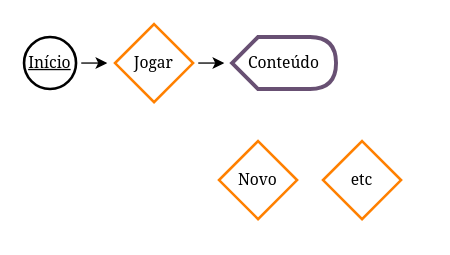
This is teste.drawio from ErosBenkert/LOPR, a draw.io file, before an edit. Source tidied: cells renumbered, new cells numbered last; positions are measured from the earlier drawing's top-left corner, leaving out a move shared by most shapes. Both pictures are drawn from the tidied source at 130%, with x=0, y=0 at pixel (23, 23).
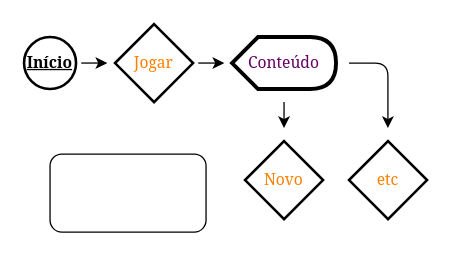
After the change.

What changed in the source:
```diff
@@
 <mxGraphModel>
   <root>
     <mxCell id="0" />
     <mxCell id="1" parent="0" />
     <mxCell id="2" style="edgeStyle=orthogonalEdgeStyle;rounded=1;orthogonalLoop=1;jettySize=auto;html=1;" parent="1" edge="1">
       <mxGeometry relative="1" as="geometry">
         <mxPoint x="44" y="30" as="sourcePoint" />
         <mxPoint x="64" y="30" as="targetPoint" />
       </mxGeometry>
     </mxCell>
-    <mxCell id="3" value="&lt;u&gt;&lt;font face=&quot;Georgia&quot;&gt;Início&lt;/font&gt;&lt;/u&gt;" style="ellipse;whiteSpace=wrap;html=1;strokeWidth=2;" parent="1" vertex="1">
+    <mxCell id="3" value="&lt;b&gt;&lt;u&gt;&lt;font face=&quot;Georgia&quot;&gt;Início&lt;/font&gt;&lt;/u&gt;&lt;/b&gt;" style="ellipse;whiteSpace=wrap;html=1;strokeWidth=2;" parent="1" vertex="1">
       <mxGeometry y="10" width="40" height="40" as="geometry" />
     </mxCell>
     <mxCell id="4" style="edgeStyle=orthogonalEdgeStyle;orthogonalLoop=1;jettySize=auto;html=1;rounded=1;" parent="1" edge="1">
       <mxGeometry relative="1" as="geometry">
         <mxPoint x="134" y="30" as="sourcePoint" />
         <mxPoint x="154" y="30" as="targetPoint" />
       </mxGeometry>
     </mxCell>
-    <mxCell id="5" value="&lt;font style=&quot;font-size: 12px;&quot;&gt;Jogar&lt;/font&gt;" style="rhombus;whiteSpace=wrap;html=1;fontFamily=Georgia;strokeColor=#FF8000;strokeWidth=2;" parent="1" vertex="1">
+    <mxCell id="5" value="&lt;font style=&quot;font-size: 12px;&quot;&gt;Jogar&lt;/font&gt;" style="rhombus;whiteSpace=wrap;html=1;fontFamily=Georgia;strokeColor=#000000;strokeWidth=2;fontColor=#FF8000;" parent="1" vertex="1">
       <mxGeometry x="70" width="60" height="60" as="geometry" />
     </mxCell>
-    <mxCell id="6" value="&lt;font face=&quot;Georgia&quot;&gt;Conteúdo&lt;/font&gt;" style="shape=display;whiteSpace=wrap;html=1;strokeColor=#685073;strokeWidth=3;" parent="1" vertex="1">
+    <mxCell id="6" value="&lt;font face=&quot;Georgia&quot;&gt;Conteúdo&lt;/font&gt;" style="shape=display;whiteSpace=wrap;html=1;strokeColor=#000000;strokeWidth=3;fontColor=#660066;" parent="1" vertex="1">
       <mxGeometry x="160" y="10" width="80" height="40" as="geometry" />
     </mxCell>
-    <mxCell id="7" value="Novo" style="rhombus;whiteSpace=wrap;html=1;fontFamily=Georgia;strokeColor=#FF8000;strokeWidth=2;" parent="1" vertex="1">
-      <mxGeometry x="150" y="90" width="60" height="60" as="geometry" />
+    <mxCell id="7" value="Novo" style="rhombus;whiteSpace=wrap;html=1;fontFamily=Georgia;strokeColor=#000000;strokeWidth=2;fontColor=#FF8000;" parent="1" vertex="1">
+      <mxGeometry x="170" y="90" width="60" height="60" as="geometry" />
     </mxCell>
-    <mxCell id="8" value="etc" style="rhombus;whiteSpace=wrap;html=1;fontFamily=Georgia;strokeColor=#FF8000;strokeWidth=2;" parent="1" vertex="1">
-      <mxGeometry x="230" y="90" width="60" height="60" as="geometry" />
+    <mxCell id="8" value="etc" style="rhombus;whiteSpace=wrap;html=1;fontFamily=Georgia;strokeColor=#000000;strokeWidth=2;fontColor=#FF8000;" parent="1" vertex="1">
+      <mxGeometry x="250" y="90" width="60" height="60" as="geometry" />
     </mxCell>
+    <mxCell id="9" style="edgeStyle=orthogonalEdgeStyle;orthogonalLoop=1;jettySize=auto;html=1;rounded=1;" parent="1" edge="1">
+      <mxGeometry relative="1" as="geometry">
+        <mxPoint x="200" y="60" as="sourcePoint" />
+        <mxPoint x="200" y="80" as="targetPoint" />
+        <Array as="points">
+          <mxPoint x="200" y="70" />
+          <mxPoint x="200" y="70" />
+        </Array>
+      </mxGeometry>
+    </mxCell>
+    <mxCell id="10" style="edgeStyle=orthogonalEdgeStyle;orthogonalLoop=1;jettySize=auto;html=1;rounded=1;" parent="1" edge="1">
+      <mxGeometry relative="1" as="geometry">
+        <mxPoint x="250" y="30" as="sourcePoint" />
+        <mxPoint x="279.9" y="80" as="targetPoint" />
+        <Array as="points">
+          <mxPoint x="280" y="30" />
+        </Array>
+      </mxGeometry>
+    </mxCell>
+    <mxCell id="11" style="rounded=1;whiteSpace=wrap;html=1;" parent="1" vertex="1">
+      <mxGeometry x="20" y="100" width="120" height="60" as="geometry" />
+    </mxCell>
   </root>
 </mxGraphModel>
```
